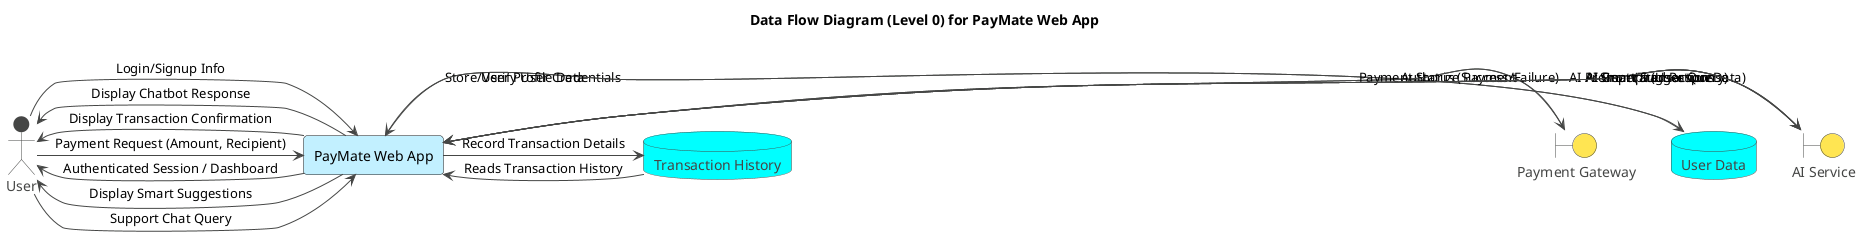
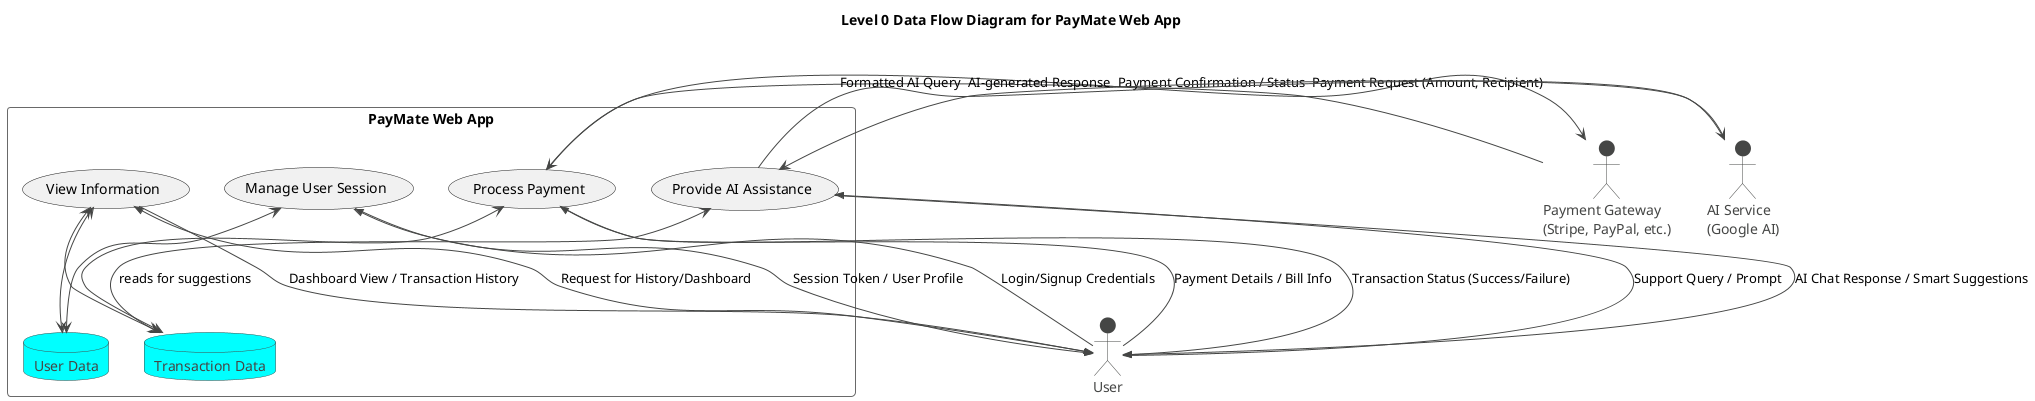
@startuml
!theme vibrant
+ title Level 0 Data Flow Diagram for PayMate Web App

- title Data Flow Diagram (Level 0) for PayMate Web App
+ ' Define Actors (External Entities)
+ actor "User" as User
+ actor "Payment Gateway\n(Stripe, PayPal, etc.)" as PaymentGateway
+ actor "AI Service\n(Google AI)" as AIService

- actor "User" as User
- rectangle "PayMate Web App" as App #Application
+ ' Define the main process (the system)
+ rectangle "PayMate Web App" as PayMate {

- boundary "Payment Gateway" as PaymentGateway
- boundary "AI Service" as AIService
+   ' Define Data Stores (conceptual)
+   database "User Data" as UserStore
+   database "Transaction Data" as TransactionStore

- database "User Data" as UserStore
- database "Transaction History" as TransactionStore
+   ' Define Processes within the system
+   (Process Payment) as ProcessPayment
+   (Manage User Session) as ManageUserSession
+   (Provide AI Assistance) as ProvideAIAssistance
+   (View Information) as ViewInformation
+ }

- ' User Authentication Flows
- User -> App : Login/Signup Info
- App -> UserStore : Store/Verify User Credentials
- UserStore -> App : User Profile Data
- App -> User : Authenticated Session / Dashboard

- ' Payment & Transaction Flows
- User -> App : Payment Request (Amount, Recipient)
- App -> PaymentGateway : Authorize Payment
- PaymentGateway -> App : Payment Status (Success/Failure)
- App -> TransactionStore : Record Transaction Details
- App -> User : Display Transaction Confirmation
+ ' Data Flows

- ' AI-driven Flows
- User -> App : Support Chat Query
- App -> AIService : AI Prompt (User Query)
- AIService -> App : AI Generated Response
- App -> User : Display Chatbot Response
+ ' User to System
+ User -->> ManageUserSession : Login/Signup Credentials
+ User -->> ProcessPayment : Payment Details / Bill Info
+ User -->> ProvideAIAssistance : Support Query / Prompt
+ User -->> ViewInformation : Request for History/Dashboard

- ' AI Suggestions Flow (background process)
- TransactionStore -> App : Reads Transaction History
- App -> AIService : AI Prompt (Transaction Data)
- AIService -> App : Smart Suggestions
- App -> User : Display Smart Suggestions
+ ' System to User
+ ManageUserSession -->> User : Session Token / User Profile
+ ProcessPayment -->> User : Transaction Status (Success/Failure)
+ ProvideAIAssistance -->> User : AI Chat Response / Smart Suggestions
+ ViewInformation -->> User : Dashboard View / Transaction History
+ 
+ ' System to External Entities
+ ProcessPayment -> PaymentGateway : Payment Request (Amount, Recipient)
+ ProvideAIAssistance -> AIService : Formatted AI Query
+ 
+ ' External Entities to System
+ PaymentGateway -> ProcessPayment : Payment Confirmation / Status
+ AIService -> ProvideAIAssistance : AI-generated Response
+ 
+ ' Internal Data Flows (System to Data Stores)
+ ManageUserSession <--> UserStore
+ ProcessPayment <--> TransactionStore
+ ViewInformation <--> TransactionStore
+ ViewInformation <--> UserStore
+ ProvideAIAssistance <--> TransactionStore : reads for suggestions

@enduml
